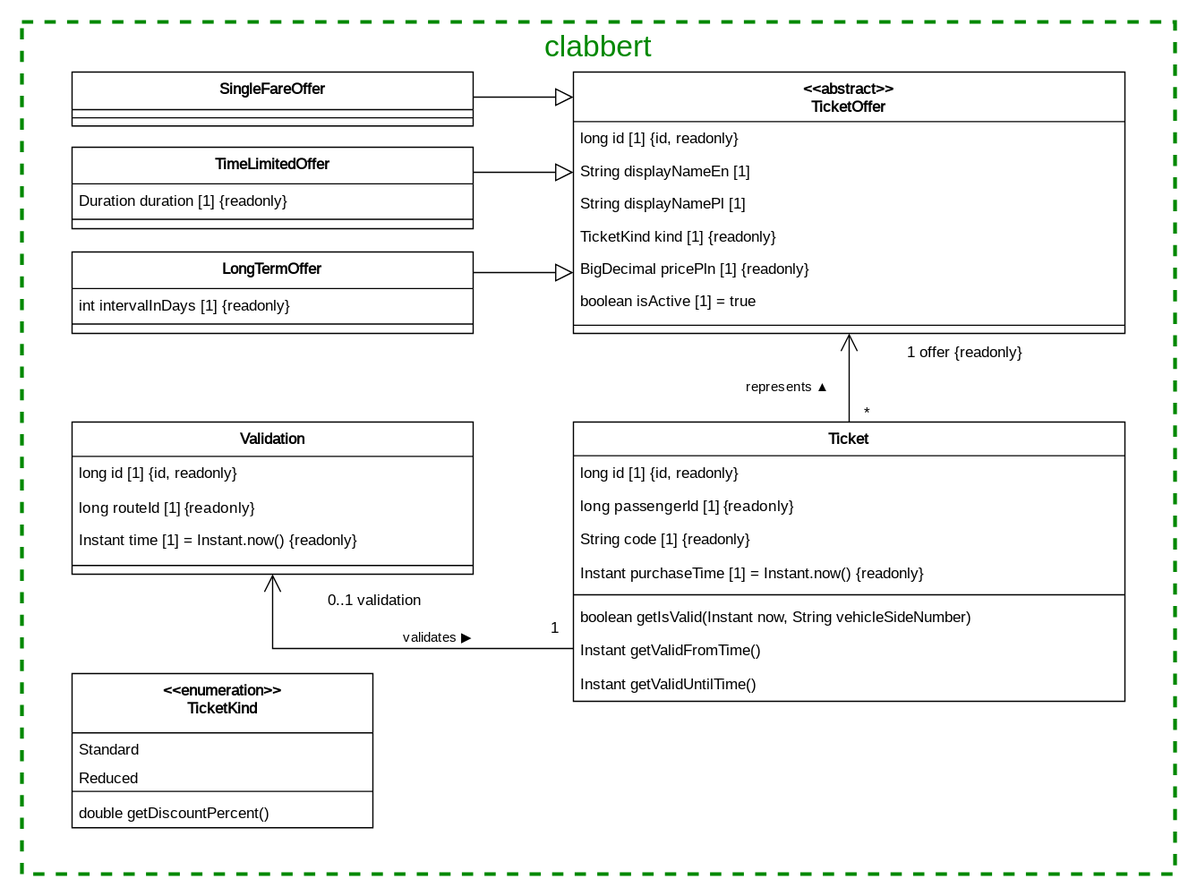
Above: documentation/course/e2/images/class-diagram-clabbert.drawio.svg in PWR-ACS-SE-24/SoftwareSystemDesign (draw.io), before the change. Source tidied: cells renumbered, new cells last; positions are measured from the earlier drawing's top-left corner, leaving out a move shared by most shapes.
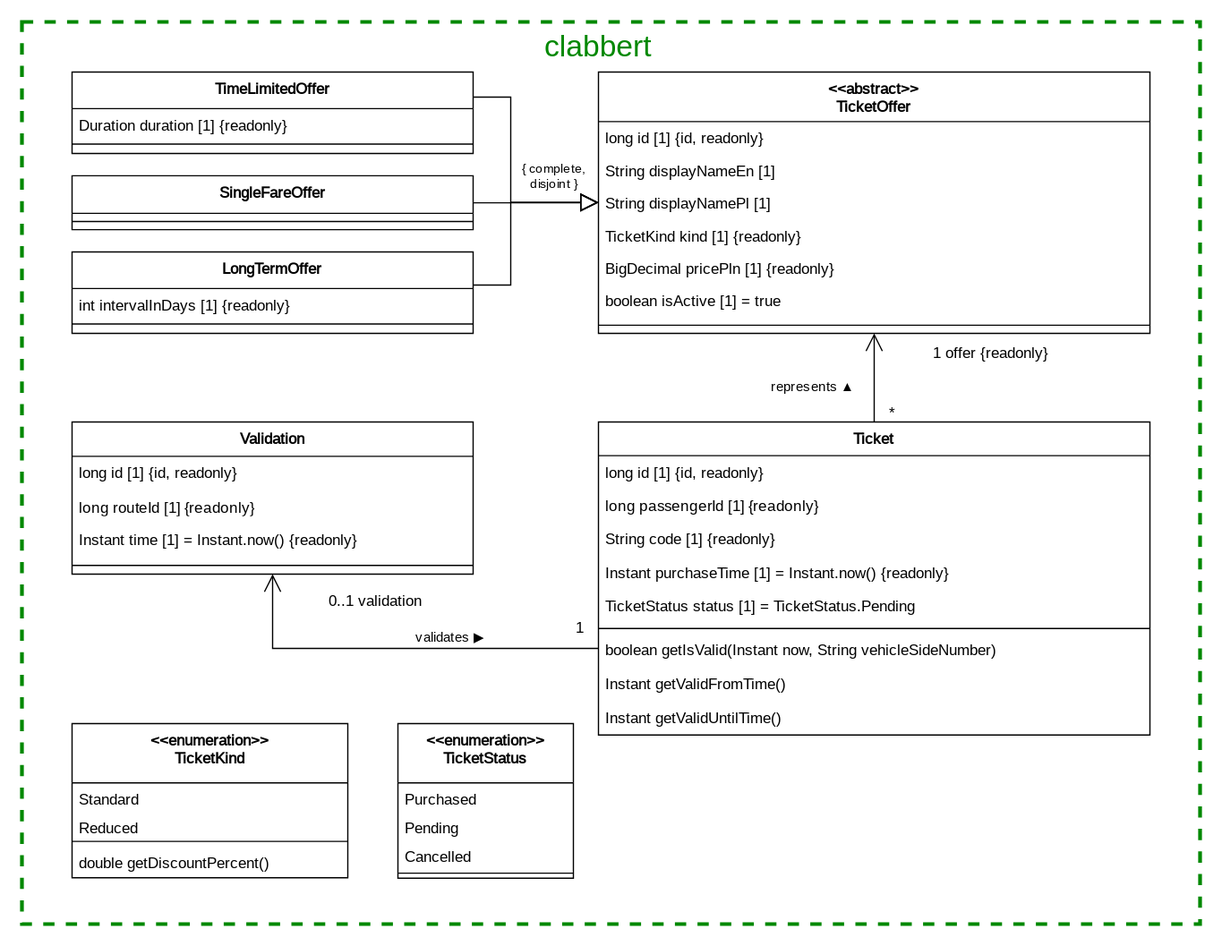
The same file after the commit.

The edit, as a diff of the source:
```diff
@@ -3,13 +3,13 @@
     <mxCell id="0" />
     <mxCell id="1" parent="0" />
     <mxCell id="2" style="rounded=0;whiteSpace=wrap;html=1;dashed=1;strokeWidth=3;fillColor=none;strokeColor=#008800;" parent="1" vertex="1">
-      <mxGeometry width="920" height="680" as="geometry" />
+      <mxGeometry width="940" height="720" as="geometry" />
     </mxCell>
     <mxCell id="3" style="edgeStyle=orthogonalEdgeStyle;rounded=0;jettySize=auto;html=1;endArrow=block;endFill=0;endSize=12;" parent="1" edge="1" source="4" target="23">
       <mxGeometry relative="1" as="geometry">
         <Array as="points">
-          <mxPoint x="400" y="200" />
-          <mxPoint x="400" y="200" />
+          <mxPoint x="390" y="210" />
+          <mxPoint x="390" y="144" />
         </Array>
       </mxGeometry>
     </mxCell>
@@ -25,19 +25,19 @@
     <mxCell id="7" style="edgeStyle=orthogonalEdgeStyle;rounded=0;jettySize=auto;html=1;endArrow=block;endFill=0;endSize=12;" parent="1" edge="1" source="8" target="23">
       <mxGeometry relative="1" as="geometry">
         <Array as="points">
-          <mxPoint x="400" y="60" />
-          <mxPoint x="400" y="60" />
+          <mxPoint x="420" y="144" />
+          <mxPoint x="420" y="144" />
         </Array>
       </mxGeometry>
     </mxCell>
     <mxCell id="8" value="SingleFareOffer" style="swimlane;fontStyle=1;align=center;verticalAlign=top;horizontal=1;startSize=30;fontFamily=JetBrains Mono;fontSource=https%3A%2F%2Ffonts.googleapis.com%2Fcss%3Ffamily%3DJetBrains%2BMono;" parent="1" vertex="1">
-      <mxGeometry x="40" y="40" width="320" height="43" as="geometry" />
+      <mxGeometry x="40" y="122.8" width="320" height="43" as="geometry" />
     </mxCell>
     <mxCell id="9" style="line;strokeWidth=1;fillColor=none;align=left;verticalAlign=middle;spacingTop=-1;spacingLeft=3;spacingRight=3;labelPosition=right;strokeColor=inherit;fontFamily=JetBrains Mono;fontStyle=0;fontSource=https%3A%2F%2Ffonts.googleapis.com%2Fcss%3Ffamily%3DJetBrains%2BMono;" parent="8" vertex="1">
       <mxGeometry y="30" width="320" height="13" as="geometry" />
     </mxCell>
     <mxCell id="10" value="Ticket" style="swimlane;fontStyle=1;align=center;verticalAlign=top;horizontal=1;startSize=26.857142857142858;fontFamily=JetBrains Mono;fontSource=https%3A%2F%2Ffonts.googleapis.com%2Fcss%3Ffamily%3DJetBrains%2BMono;" parent="1" vertex="1">
-      <mxGeometry x="440" y="319.3" width="440" height="222.9" as="geometry" />
+      <mxGeometry x="460" y="319.3" width="440" height="249.9" as="geometry" />
     </mxCell>
     <mxCell id="11" value="long id [1] {id, readonly}" style="text;strokeColor=none;fillColor=none;align=left;verticalAlign=top;spacingLeft=4;spacingRight=4;overflow=hidden;fontFamily=JetBrains Mono;fontStyle=0;fontSource=https%3A%2F%2Ffonts.googleapis.com%2Fcss%3Ffamily%3DJetBrains%2BMono;" parent="10" vertex="1">
       <mxGeometry y="26.9" width="440" height="27" as="geometry" />
@@ -48,31 +48,34 @@
     <mxCell id="13" value="String code [1] {readonly}" style="text;strokeColor=none;fillColor=none;align=left;verticalAlign=top;spacingLeft=4;spacingRight=4;overflow=hidden;fontFamily=JetBrains Mono;fontStyle=0;fontSource=https%3A%2F%2Ffonts.googleapis.com%2Fcss%3Ffamily%3DJetBrains%2BMono;" parent="10" vertex="1">
       <mxGeometry y="79.9" width="440" height="27" as="geometry" />
     </mxCell>
+    <mxCell id="50" value="Instant purchaseTime [1] = Instant.now() {readonly}" style="text;strokeColor=none;fillColor=none;align=left;verticalAlign=top;spacingLeft=4;spacingRight=4;overflow=hidden;fontFamily=JetBrains Mono;fontStyle=0;fontSource=https%3A%2F%2Ffonts.googleapis.com%2Fcss%3Ffamily%3DJetBrains%2BMono;" parent="10" vertex="1">
+      <mxGeometry y="106.9" width="440" height="27" as="geometry" />
+    </mxCell>
-    <mxCell id="14" value="Instant purchaseTime [1] = Instant.now() {readonly}" style="text;strokeColor=none;fillColor=none;align=left;verticalAlign=top;spacingLeft=4;spacingRight=4;overflow=hidden;fontFamily=JetBrains Mono;fontStyle=0;fontSource=https%3A%2F%2Ffonts.googleapis.com%2Fcss%3Ffamily%3DJetBrains%2BMono;" parent="10" vertex="1">
-      <mxGeometry y="106.9" width="440" height="27" as="geometry" />
+    <mxCell id="14" value="TicketStatus status [1] = TicketStatus.Pending" style="text;strokeColor=none;fillColor=none;align=left;verticalAlign=top;spacingLeft=4;spacingRight=4;overflow=hidden;fontFamily=JetBrains Mono;fontStyle=0;fontSource=https%3A%2F%2Ffonts.googleapis.com%2Fcss%3Ffamily%3DJetBrains%2BMono;" parent="10" vertex="1">
+      <mxGeometry y="133.9" width="440" height="27" as="geometry" />
     </mxCell>
     <mxCell id="15" style="line;strokeWidth=1;fillColor=none;align=left;verticalAlign=middle;spacingTop=-1;spacingLeft=3;spacingRight=3;labelPosition=right;strokeColor=inherit;fontFamily=JetBrains Mono;fontStyle=0;fontSource=https%3A%2F%2Ffonts.googleapis.com%2Fcss%3Ffamily%3DJetBrains%2BMono;" parent="10" vertex="1">
-      <mxGeometry y="133.9" width="440" height="8" as="geometry" />
+      <mxGeometry y="160.9" width="440" height="8" as="geometry" />
     </mxCell>
     <mxCell id="16" value="boolean getIsValid(Instant now, String vehicleSideNumber)" style="text;strokeColor=none;fillColor=none;align=left;verticalAlign=top;spacingLeft=4;spacingRight=4;overflow=hidden;fontFamily=JetBrains Mono;fontStyle=0;fontSource=https%3A%2F%2Ffonts.googleapis.com%2Fcss%3Ffamily%3DJetBrains%2BMono;" parent="10" vertex="1">
-      <mxGeometry y="141.9" width="440" height="27" as="geometry" />
+      <mxGeometry y="168.9" width="440" height="27" as="geometry" />
     </mxCell>
     <mxCell id="17" value="Instant getValidFromTime()" style="text;strokeColor=none;fillColor=none;align=left;verticalAlign=top;spacingLeft=4;spacingRight=4;overflow=hidden;fontFamily=JetBrains Mono;fontStyle=0;fontSource=https%3A%2F%2Ffonts.googleapis.com%2Fcss%3Ffamily%3DJetBrains%2BMono;" parent="10" vertex="1">
-      <mxGeometry y="168.9" width="440" height="27" as="geometry" />
+      <mxGeometry y="195.9" width="440" height="27" as="geometry" />
     </mxCell>
     <mxCell id="18" value="Instant getValidUntilTime()" style="text;strokeColor=none;fillColor=none;align=left;verticalAlign=top;spacingLeft=4;spacingRight=4;overflow=hidden;fontFamily=JetBrains Mono;fontStyle=0;fontSource=https%3A%2F%2Ffonts.googleapis.com%2Fcss%3Ffamily%3DJetBrains%2BMono;" parent="10" vertex="1">
-      <mxGeometry y="195.9" width="440" height="27" as="geometry" />
+      <mxGeometry y="222.9" width="440" height="27" as="geometry" />
     </mxCell>
     <mxCell id="19" style="edgeStyle=orthogonalEdgeStyle;rounded=0;jettySize=auto;html=1;endArrow=block;endFill=0;endSize=12;" parent="1" edge="1" source="20" target="23">
       <mxGeometry relative="1" as="geometry">
         <Array as="points">
-          <mxPoint x="400" y="120" />
-          <mxPoint x="400" y="120" />
+          <mxPoint x="390" y="60" />
+          <mxPoint x="390" y="144" />
         </Array>
       </mxGeometry>
     </mxCell>
     <mxCell id="20" value="TimeLimitedOffer" style="swimlane;fontStyle=1;align=center;verticalAlign=top;horizontal=1;startSize=29.2;fontFamily=JetBrains Mono;fontSource=https%3A%2F%2Ffonts.googleapis.com%2Fcss%3Ffamily%3DJetBrains%2BMono;" parent="1" vertex="1">
-      <mxGeometry x="40" y="100" width="320" height="65" as="geometry" />
+      <mxGeometry x="40" y="40" width="320" height="65" as="geometry" />
     </mxCell>
     <mxCell id="21" value="Duration duration [1] {readonly}" style="text;strokeColor=none;fillColor=none;align=left;verticalAlign=top;spacingLeft=4;spacingRight=4;overflow=hidden;fontFamily=JetBrains Mono;fontStyle=0;fontSource=https%3A%2F%2Ffonts.googleapis.com%2Fcss%3Ffamily%3DJetBrains%2BMono;" parent="20" vertex="1">
       <mxGeometry y="29.2" width="320" height="20.8" as="geometry" />
@@ -81,7 +84,7 @@
       <mxGeometry y="50" width="320" height="15" as="geometry" />
     </mxCell>
     <mxCell id="23" value="&lt;&lt;abstract&gt;&gt;&#10;TicketOffer" style="swimlane;fontStyle=1;align=center;verticalAlign=top;horizontal=1;startSize=39.5625;fontFamily=JetBrains Mono;fontSource=https%3A%2F%2Ffonts.googleapis.com%2Fcss%3Ffamily%3DJetBrains%2BMono;" parent="1" vertex="1">
-      <mxGeometry x="440" y="40" width="440" height="208.6" as="geometry" />
+      <mxGeometry x="460" y="40" width="440" height="208.6" as="geometry" />
     </mxCell>
     <mxCell id="24" value="long id [1] {id, readonly}" style="text;strokeColor=none;fillColor=none;align=left;verticalAlign=top;spacingLeft=4;spacingRight=4;overflow=hidden;fontFamily=JetBrains Mono;fontStyle=0;fontSource=https%3A%2F%2Ffonts.googleapis.com%2Fcss%3Ffamily%3DJetBrains%2BMono;" parent="23" vertex="1">
       <mxGeometry y="39.6" width="440" height="26" as="geometry" />
@@ -122,8 +125,8 @@
     <mxCell id="36" style="startArrow=none;endArrow=open;endSize=12;rounded=0;edgeStyle=orthogonalEdgeStyle;fontFamily=JetBrains Mono;fontStyle=0;fontSource=https%3A%2F%2Ffonts.googleapis.com%2Fcss%3Ffamily%3DJetBrains%2BMono;" parent="1" edge="1" source="10" target="23">
       <mxGeometry relative="1" as="geometry">
         <Array as="points">
-          <mxPoint x="660" y="290" />
-          <mxPoint x="660" y="290" />
+          <mxPoint x="680" y="290" />
+          <mxPoint x="680" y="290" />
         </Array>
       </mxGeometry>
     </mxCell>
@@ -166,22 +169,40 @@
       </mxGeometry>
     </mxCell>
     <mxCell id="44" value="&lt;&lt;enumeration&gt;&gt;&#10;TicketKind" style="swimlane;fontStyle=1;align=center;verticalAlign=top;horizontal=1;startSize=47.333333333333336;fontFamily=JetBrains Mono;fontSource=https%3A%2F%2Ffonts.googleapis.com%2Fcss%3Ffamily%3DJetBrains%2BMono;" parent="1" vertex="1">
-      <mxGeometry x="40" y="520" width="240" height="123" as="geometry" />
+      <mxGeometry x="40" y="560" width="220" height="123" as="geometry" />
     </mxCell>
     <mxCell id="45" value="Standard" style="text;strokeColor=none;fillColor=none;align=left;verticalAlign=top;spacingLeft=4;spacingRight=4;overflow=hidden;fontFamily=JetBrains Mono;fontStyle=0;fontSource=https%3A%2F%2Ffonts.googleapis.com%2Fcss%3Ffamily%3DJetBrains%2BMono;" parent="44" vertex="1">
-      <mxGeometry y="47.3" width="240" height="22.7" as="geometry" />
+      <mxGeometry y="47.3" width="220" height="22.7" as="geometry" />
     </mxCell>
     <mxCell id="46" value="Reduced" style="text;strokeColor=none;fillColor=none;align=left;verticalAlign=top;spacingLeft=4;spacingRight=4;overflow=hidden;fontFamily=JetBrains Mono;fontStyle=0;fontSource=https%3A%2F%2Ffonts.googleapis.com%2Fcss%3Ffamily%3DJetBrains%2BMono;" parent="44" vertex="1">
-      <mxGeometry y="70" width="240" height="20" as="geometry" />
+      <mxGeometry y="70" width="220" height="20" as="geometry" />
     </mxCell>
     <mxCell id="47" style="line;strokeWidth=1;fillColor=none;align=left;verticalAlign=middle;spacingTop=-1;spacingLeft=3;spacingRight=3;labelPosition=right;strokeColor=inherit;fontFamily=JetBrains Mono;fontStyle=0;fontSource=https%3A%2F%2Ffonts.googleapis.com%2Fcss%3Ffamily%3DJetBrains%2BMono;" parent="44" vertex="1">
-      <mxGeometry y="90" width="240" height="8" as="geometry" />
+      <mxGeometry y="90" width="220" height="8" as="geometry" />
     </mxCell>
     <mxCell id="48" value="double getDiscountPercent()" style="text;strokeColor=none;fillColor=none;align=left;verticalAlign=top;spacingLeft=4;spacingRight=4;overflow=hidden;fontFamily=JetBrains Mono;fontStyle=0;fontSource=https%3A%2F%2Ffonts.googleapis.com%2Fcss%3Ffamily%3DJetBrains%2BMono;" parent="44" vertex="1">
-      <mxGeometry y="98" width="240" height="25" as="geometry" />
+      <mxGeometry y="98" width="220" height="25" as="geometry" />
     </mxCell>
     <mxCell id="49" value="&lt;font color=&quot;#008800&quot;&gt;clabbert&lt;/font&gt;" style="text;html=1;align=center;verticalAlign=middle;whiteSpace=wrap;rounded=0;fillColor=none;strokeColor=none;fontColor=#009900;fontSize=24;" parent="1" vertex="1">
       <mxGeometry width="920" height="40" as="geometry" />
     </mxCell>
+    <mxCell id="51" value="&lt;font face=&quot;JetBrains Mono&quot;&gt;{ complete,&lt;/font&gt;&lt;div&gt;&lt;font face=&quot;JetBrains Mono&quot;&gt;disjoint }&lt;/font&gt;&lt;/div&gt;" style="text;html=1;align=center;verticalAlign=middle;whiteSpace=wrap;rounded=0;fontSize=10;" parent="1" vertex="1">
+      <mxGeometry x="390" y="105" width="70" height="35" as="geometry" />
+    </mxCell>
+    <mxCell id="52" value="&lt;&lt;enumeration&gt;&gt;&#10;TicketStatus" style="swimlane;fontStyle=1;align=center;verticalAlign=top;horizontal=1;startSize=47.333333333333336;fontFamily=JetBrains Mono;fontSource=https%3A%2F%2Ffonts.googleapis.com%2Fcss%3Ffamily%3DJetBrains%2BMono;" parent="1" vertex="1">
+      <mxGeometry x="300" y="560" width="140" height="123.3" as="geometry" />
+    </mxCell>
+    <mxCell id="53" value="Purchased" style="text;strokeColor=none;fillColor=none;align=left;verticalAlign=top;spacingLeft=4;spacingRight=4;overflow=hidden;fontFamily=JetBrains Mono;fontStyle=0;fontSource=https%3A%2F%2Ffonts.googleapis.com%2Fcss%3Ffamily%3DJetBrains%2BMono;" parent="52" vertex="1">
+      <mxGeometry y="47.3" width="140" height="22.7" as="geometry" />
+    </mxCell>
+    <mxCell id="54" value="Pending" style="text;strokeColor=none;fillColor=none;align=left;verticalAlign=top;spacingLeft=4;spacingRight=4;overflow=hidden;fontFamily=JetBrains Mono;fontStyle=0;fontSource=https%3A%2F%2Ffonts.googleapis.com%2Fcss%3Ffamily%3DJetBrains%2BMono;" parent="52" vertex="1">
+      <mxGeometry y="70" width="140" height="22.7" as="geometry" />
+    </mxCell>
+    <mxCell id="55" value="Cancelled" style="text;strokeColor=none;fillColor=none;align=left;verticalAlign=top;spacingLeft=4;spacingRight=4;overflow=hidden;fontFamily=JetBrains Mono;fontStyle=0;fontSource=https%3A%2F%2Ffonts.googleapis.com%2Fcss%3Ffamily%3DJetBrains%2BMono;" parent="52" vertex="1">
+      <mxGeometry y="92.7" width="140" height="22.7" as="geometry" />
+    </mxCell>
+    <mxCell id="56" style="line;strokeWidth=1;fillColor=none;align=left;verticalAlign=middle;spacingTop=-1;spacingLeft=3;spacingRight=3;labelPosition=right;strokeColor=inherit;fontFamily=JetBrains Mono;fontStyle=0;fontSource=https%3A%2F%2Ffonts.googleapis.com%2Fcss%3Ffamily%3DJetBrains%2BMono;" parent="52" vertex="1">
+      <mxGeometry y="115.3" width="140" height="8" as="geometry" />
+    </mxCell>
   </root>
 </mxGraphModel>
```
